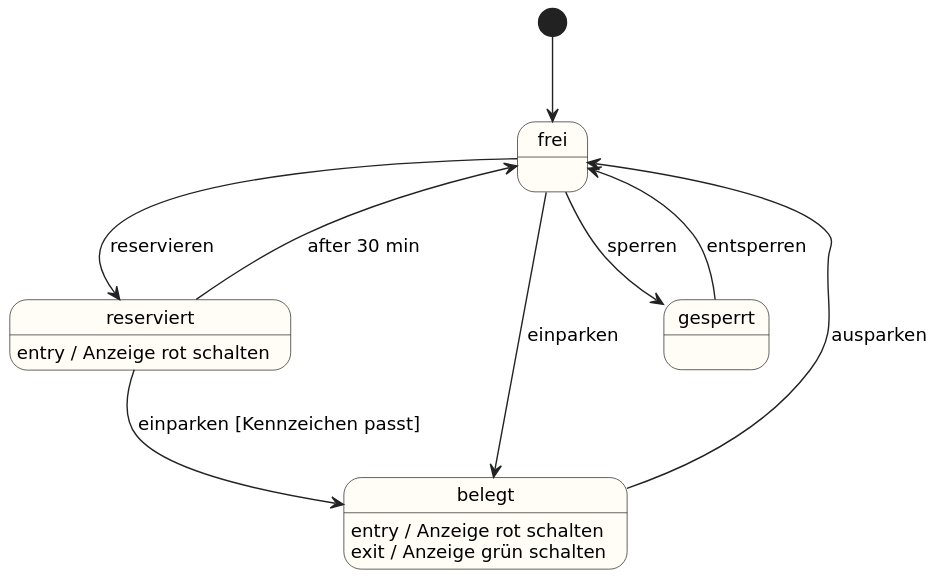
Earlier version of the PlantUML export material/p1-parkhaus-zustand.svg (dclausen01/lernpfad-lf11-uml). Its diagram source:
```plantuml
@startuml
!include stil.iuml
skinparam nodesep 60
[*] --> frei
state "frei" as frei
state "reserviert" as res : entry / Anzeige rot schalten
state "belegt" as bel : entry / Anzeige rot schalten\nexit / Anzeige grün schalten
state "gesperrt" as ges
frei --> res : reservieren
res --> frei : after 30 min
res --> bel : einparken [Kennzeichen passt]
frei --> bel : einparken
bel --> frei : ausparken
frei --> ges : sperren
ges --> frei : entsperren
@enduml
```
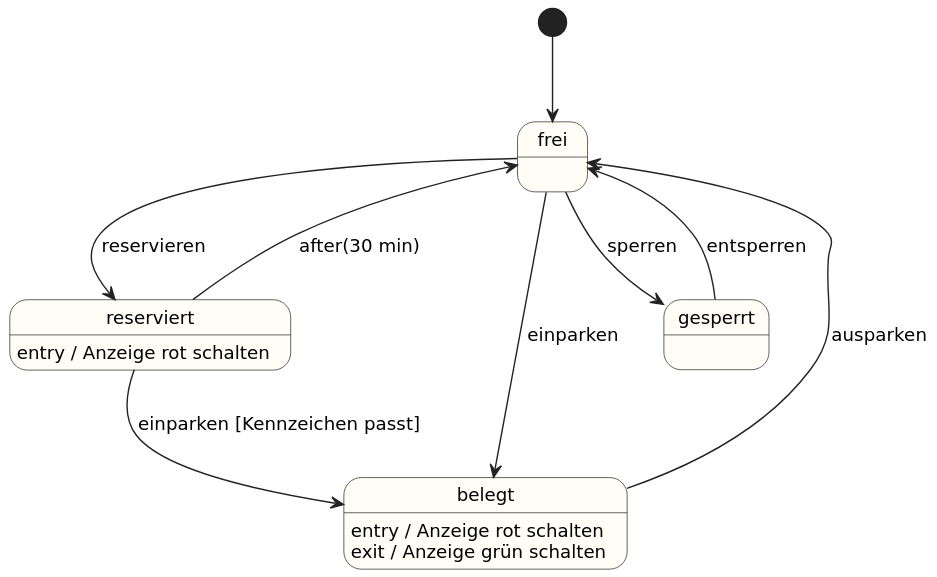
The same diagram one commit later.

Change to the diagram source:
```diff
@@ -7,7 +7,7 @@
 state "belegt" as bel : entry / Anzeige rot schalten\nexit / Anzeige grün schalten
 state "gesperrt" as ges
 frei --> res : reservieren
-res --> frei : after 30 min
+res --> frei : after(30 min)
 res --> bel : einparken [Kennzeichen passt]
 frei --> bel : einparken
 bel --> frei : ausparken
```
